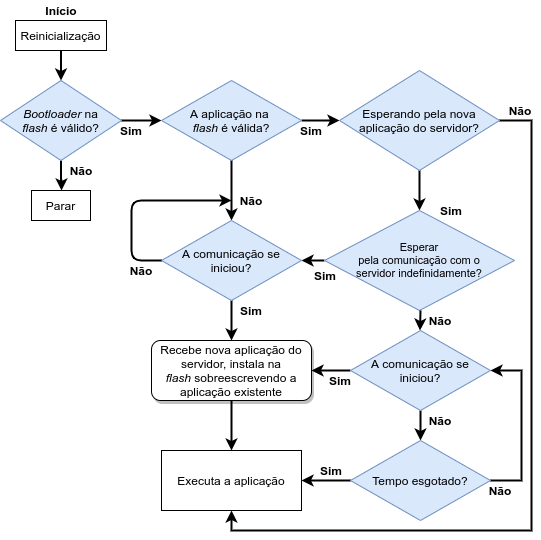
GustavoCorrea-GC/TCC keeps this draw.io diagram as dados/figuras/FluxoBootloader.png. Above is the earlier version. Source tidied: cells renumbered, new cells last; positions are measured from the earlier drawing's top-left corner, leaving out a move shared by most shapes.
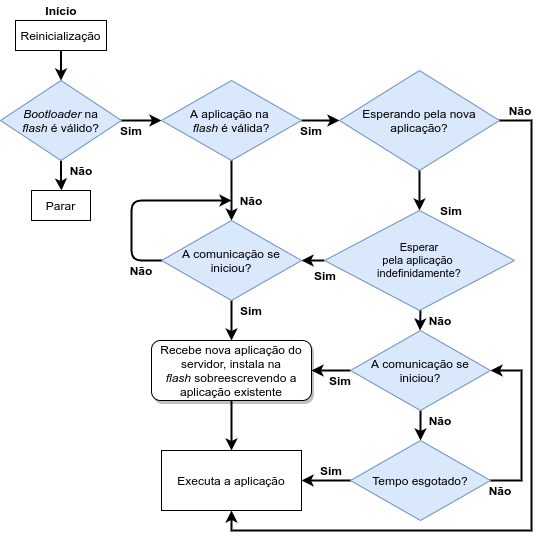
After the commit.

Diff of the diagram source:
```diff
@@ -34,13 +34,13 @@
     <mxCell id="9" style="edgeStyle=orthogonalEdgeStyle;rounded=0;jettySize=auto;html=1;strokeWidth=2;" parent="1" edge="1" source="10" target="12">
       <mxGeometry relative="1" as="geometry" />
     </mxCell>
-    <mxCell id="10" value="Esperando pela nova aplicação do servidor?" style="rhombus;whiteSpace=wrap;html=1;fillColor=#dae8fc;strokeColor=#6c8ebf;" parent="1" vertex="1">
+    <mxCell id="10" value="Esperando pela nova aplicação?" style="rhombus;whiteSpace=wrap;html=1;fillColor=#dae8fc;strokeColor=#6c8ebf;" parent="1" vertex="1">
       <mxGeometry x="339" y="70" width="160" height="100" as="geometry" />
     </mxCell>
     <mxCell id="11" style="edgeStyle=orthogonalEdgeStyle;rounded=0;jettySize=auto;html=1;strokeWidth=2;" parent="1" edge="1" source="12" target="22">
       <mxGeometry relative="1" as="geometry" />
     </mxCell>
-    <mxCell id="12" value="&lt;p style=&quot;line-height: 80%&quot;&gt;&lt;/p&gt;&lt;div style=&quot;font-size: 11px&quot;&gt;&lt;span&gt;&lt;font style=&quot;font-size: 11px&quot;&gt;Esperar&lt;/font&gt;&lt;/span&gt;&lt;/div&gt;&lt;div style=&quot;font-size: 11px&quot;&gt;&lt;span&gt;&lt;font style=&quot;font-size: 11px&quot;&gt;pela comunicação com o&lt;/font&gt;&lt;/span&gt;&lt;/div&gt;&lt;div style=&quot;font-size: 11px&quot;&gt;&lt;span&gt;&lt;font style=&quot;font-size: 11px&quot;&gt;servidor indefinidamente?&lt;/font&gt;&lt;/span&gt;&lt;/div&gt;&lt;p&gt;&lt;/p&gt;" style="rhombus;whiteSpace=wrap;html=1;fillColor=#dae8fc;strokeColor=#6c8ebf;align=center;" parent="1" vertex="1">
+    <mxCell id="12" value="&lt;p style=&quot;line-height: 80%&quot;&gt;&lt;/p&gt;&lt;div style=&quot;font-size: 11px&quot;&gt;&lt;span&gt;&lt;font style=&quot;font-size: 11px&quot;&gt;Esperar&lt;/font&gt;&lt;/span&gt;&lt;/div&gt;&lt;div style=&quot;font-size: 11px&quot;&gt;&lt;span&gt;&lt;font style=&quot;font-size: 11px&quot;&gt;pela aplicação&amp;nbsp;&lt;/font&gt;&lt;/span&gt;&lt;/div&gt;&lt;div style=&quot;font-size: 11px&quot;&gt;&lt;span&gt;indefinidamente?&lt;/span&gt;&lt;/div&gt;&lt;p&gt;&lt;/p&gt;" style="rhombus;whiteSpace=wrap;html=1;fillColor=#dae8fc;strokeColor=#6c8ebf;align=center;" parent="1" vertex="1">
       <mxGeometry x="324" y="210" width="190" height="100" as="geometry" />
     </mxCell>
     <mxCell id="13" style="edgeStyle=orthogonalEdgeStyle;rounded=0;jettySize=auto;html=1;strokeWidth=2;" parent="1" edge="1" source="15" target="18">
```
